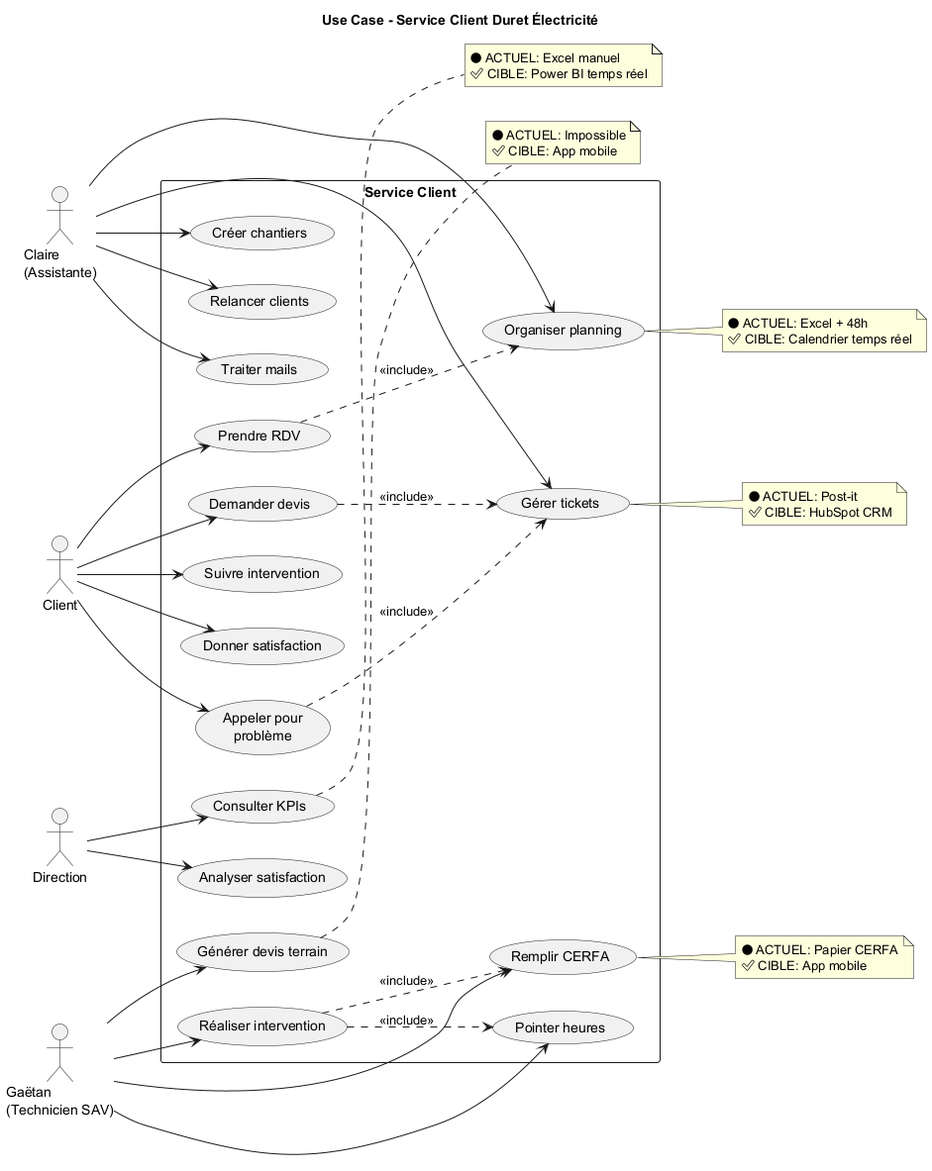
This is Services/Service-Client/uml/png/UseCase_Service_Client.png from JordanSerafini/Audit_Duret, a PlantUML export, as it was before one commit.
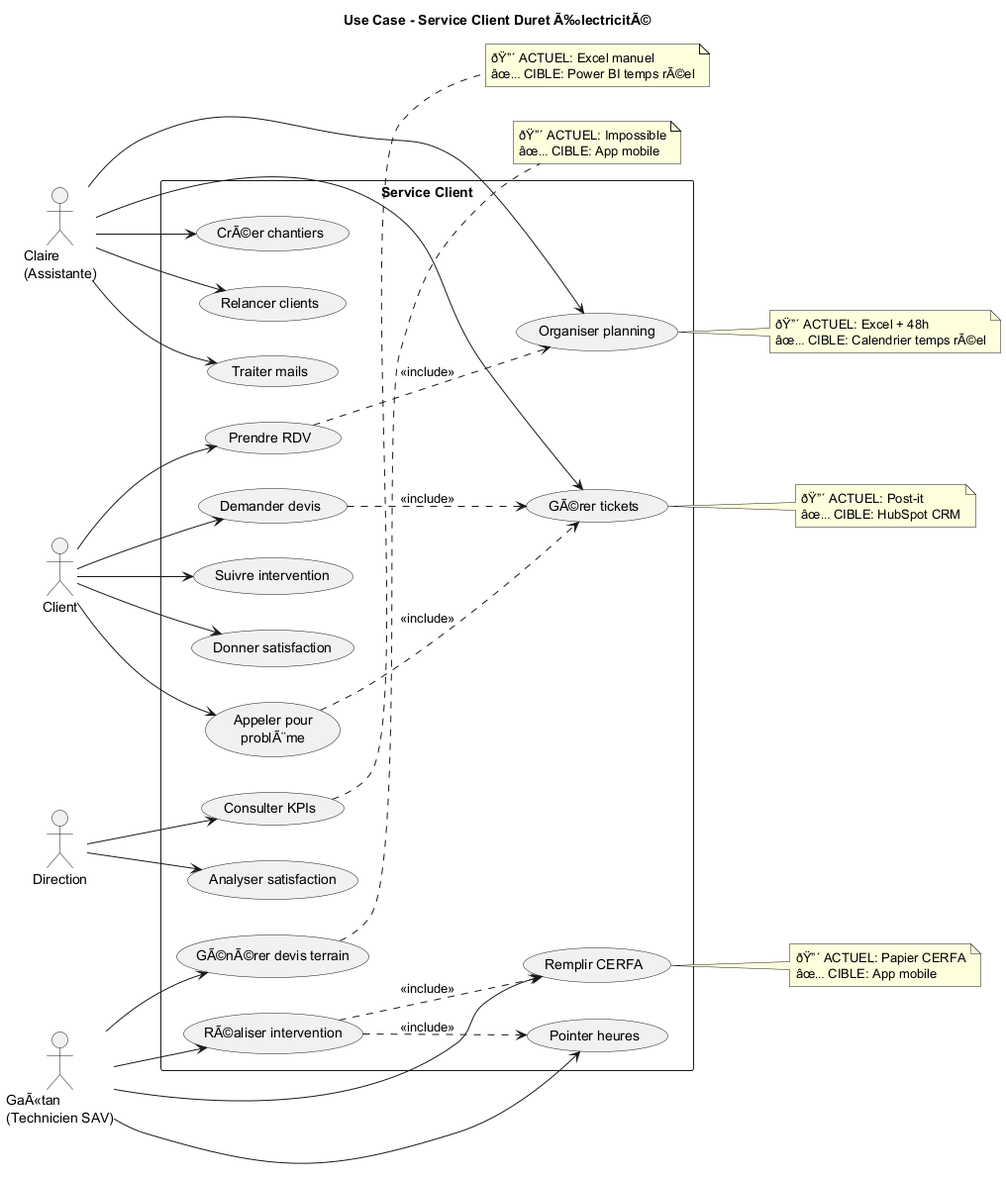
Above is the later version.

Change to the diagram source:
```diff
@@ -1,30 +1,30 @@
 @startuml UseCase_Service_Client
 
-title Use Case - Service Client Duret Électricité
+title Use Case - Service Client Duret Ã‰lectricitÃ©
 
 left to right direction
 
 actor "Client" as Client
 actor "Claire\n(Assistante)" as Claire
-actor "Gaëtan\n(Technicien SAV)" as Gaetan
+actor "GaÃ«tan\n(Technicien SAV)" as Gaetan
 actor "Direction" as Direction
 
 rectangle "Service Client" {
-  usecase "Appeler pour\nproblème" as UC1
+  usecase "Appeler pour\nproblÃ¨me" as UC1
   usecase "Prendre RDV" as UC2
   usecase "Demander devis" as UC3
   usecase "Suivre intervention" as UC4
   usecase "Donner satisfaction" as UC5
 
-  usecase "Gérer tickets" as UC6
+  usecase "GÃ©rer tickets" as UC6
   usecase "Organiser planning" as UC7
   usecase "Relancer clients" as UC8
   usecase "Traiter mails" as UC9
-  usecase "Créer chantiers" as UC10
+  usecase "CrÃ©er chantiers" as UC10
 
-  usecase "Réaliser intervention" as UC11
+  usecase "RÃ©aliser intervention" as UC11
   usecase "Remplir CERFA" as UC12
-  usecase "Générer devis terrain" as UC13
+  usecase "GÃ©nÃ©rer devis terrain" as UC13
   usecase "Pointer heures" as UC14
 
   usecase "Consulter KPIs" as UC15
@@ -59,28 +59,28 @@
 UC11 ..> UC14 : <<include>>
 
 note right of UC6
-  🔴 ACTUEL: Post-it
-  ✅ CIBLE: HubSpot CRM
+  ðŸ”´ ACTUEL: Post-it
+  âœ… CIBLE: HubSpot CRM
 end note
 
 note right of UC7
-  🔴 ACTUEL: Excel + 48h
-  ✅ CIBLE: Calendrier temps réel
+  ðŸ”´ ACTUEL: Excel + 48h
+  âœ… CIBLE: Calendrier temps rÃ©el
 end note
 
 note right of UC12
-  🔴 ACTUEL: Papier CERFA
-  ✅ CIBLE: App mobile
+  ðŸ”´ ACTUEL: Papier CERFA
+  âœ… CIBLE: App mobile
 end note
 
 note right of UC13
-  🔴 ACTUEL: Impossible
-  ✅ CIBLE: App mobile
+  ðŸ”´ ACTUEL: Impossible
+  âœ… CIBLE: App mobile
 end note
 
 note right of UC15
-  🔴 ACTUEL: Excel manuel
-  ✅ CIBLE: Power BI temps réel
+  ðŸ”´ ACTUEL: Excel manuel
+  âœ… CIBLE: Power BI temps rÃ©el
 end note
 
 @enduml
```
